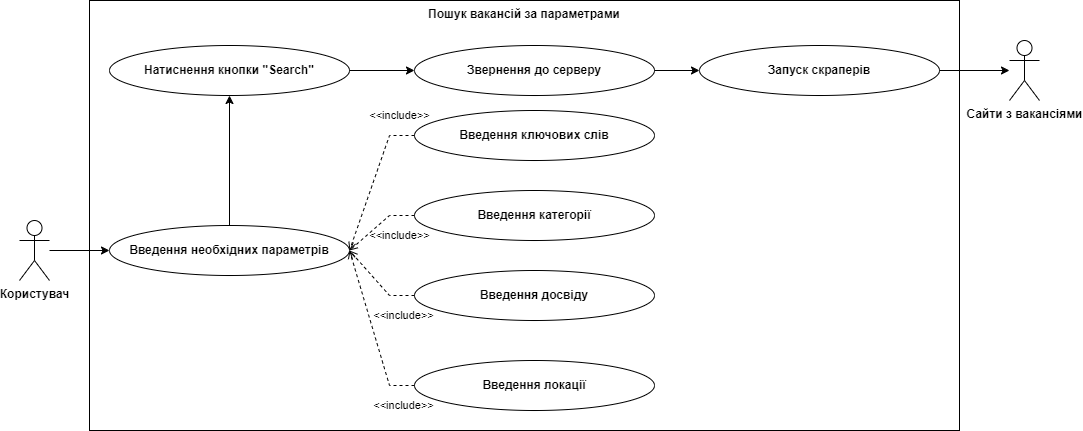
NikitunPVLK/JobSeeker keeps this draw.io diagram as Diagrams/Use case/Use case, Search.drawio.png. Above is the earlier version. Source tidied: cells renumbered, new cells last; positions are measured from the earlier drawing's top-left corner, leaving out a move shared by most shapes.
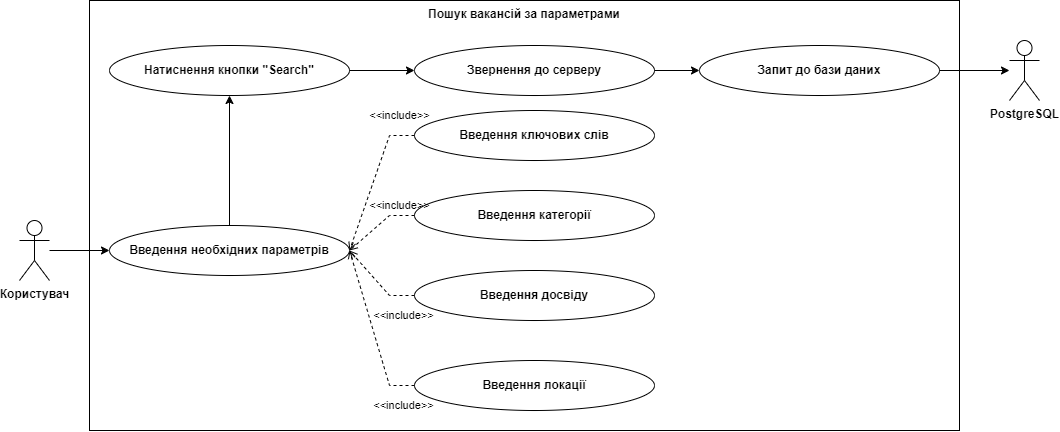
The same file after the commit.

Diff of the diagram source:
```diff
@@ -8,7 +8,7 @@
     <mxCell id="3" value="Пошук вакансій за параметрами" style="rounded=0;whiteSpace=wrap;html=1;verticalAlign=top;fontStyle=1;" parent="1" vertex="1">
       <mxGeometry x="70" width="870" height="430" as="geometry" />
     </mxCell>
-    <mxCell id="4" value="Сайти з вакансіями" style="shape=umlActor;verticalLabelPosition=bottom;verticalAlign=top;html=1;outlineConnect=0;fontStyle=1;" parent="1" vertex="1">
+    <mxCell id="4" value="PostgreSQL" style="shape=umlActor;verticalLabelPosition=bottom;verticalAlign=top;html=1;outlineConnect=0;fontStyle=1;" parent="1" vertex="1">
       <mxGeometry x="990" y="40" width="30" height="60" as="geometry" />
     </mxCell>
     <mxCell id="5" value="Введення необхідних параметрів" style="ellipse;whiteSpace=wrap;html=1;fontStyle=1;" parent="1" vertex="1">
@@ -32,7 +32,7 @@
     <mxCell id="11" value="Звернення до серверу" style="ellipse;whiteSpace=wrap;html=1;fontStyle=1;" parent="1" vertex="1">
       <mxGeometry x="395" y="45" width="240" height="50" as="geometry" />
     </mxCell>
-    <mxCell id="12" value="Запуск скраперів" style="ellipse;whiteSpace=wrap;html=1;fontStyle=1;" parent="1" vertex="1">
+    <mxCell id="12" value="Запит до бази даних" style="ellipse;whiteSpace=wrap;html=1;fontStyle=1;" parent="1" vertex="1">
       <mxGeometry x="680" y="45" width="240" height="50" as="geometry" />
     </mxCell>
     <mxCell id="13" style="endArrow=classic;html=1;rounded=0;exitX=0.5;exitY=0;exitDx=0;exitDy=0;entryX=0.5;entryY=1;entryDx=0;entryDy=0;" parent="1" edge="1" source="5" target="6">
@@ -82,7 +82,7 @@
       <mxGeometry x="344" y="300" width="80" height="30" as="geometry" />
     </mxCell>
     <mxCell id="23" value="&amp;lt;&amp;lt;include&amp;gt;&amp;gt;" style="text;html=1;align=center;verticalAlign=middle;strokeColor=none;fillColor=none;fontSize=11;fontFamily=Helvetica;fontColor=default;" parent="1" vertex="1">
-      <mxGeometry x="340" y="220" width="80" height="30" as="geometry" />
+      <mxGeometry x="340" y="190" width="80" height="30" as="geometry" />
     </mxCell>
     <mxCell id="24" value="&amp;lt;&amp;lt;include&amp;gt;&amp;gt;" style="text;html=1;align=center;verticalAlign=middle;strokeColor=none;fillColor=none;fontSize=11;fontFamily=Helvetica;fontColor=default;" parent="1" vertex="1">
       <mxGeometry x="340" y="100" width="80" height="30" as="geometry" />
```
